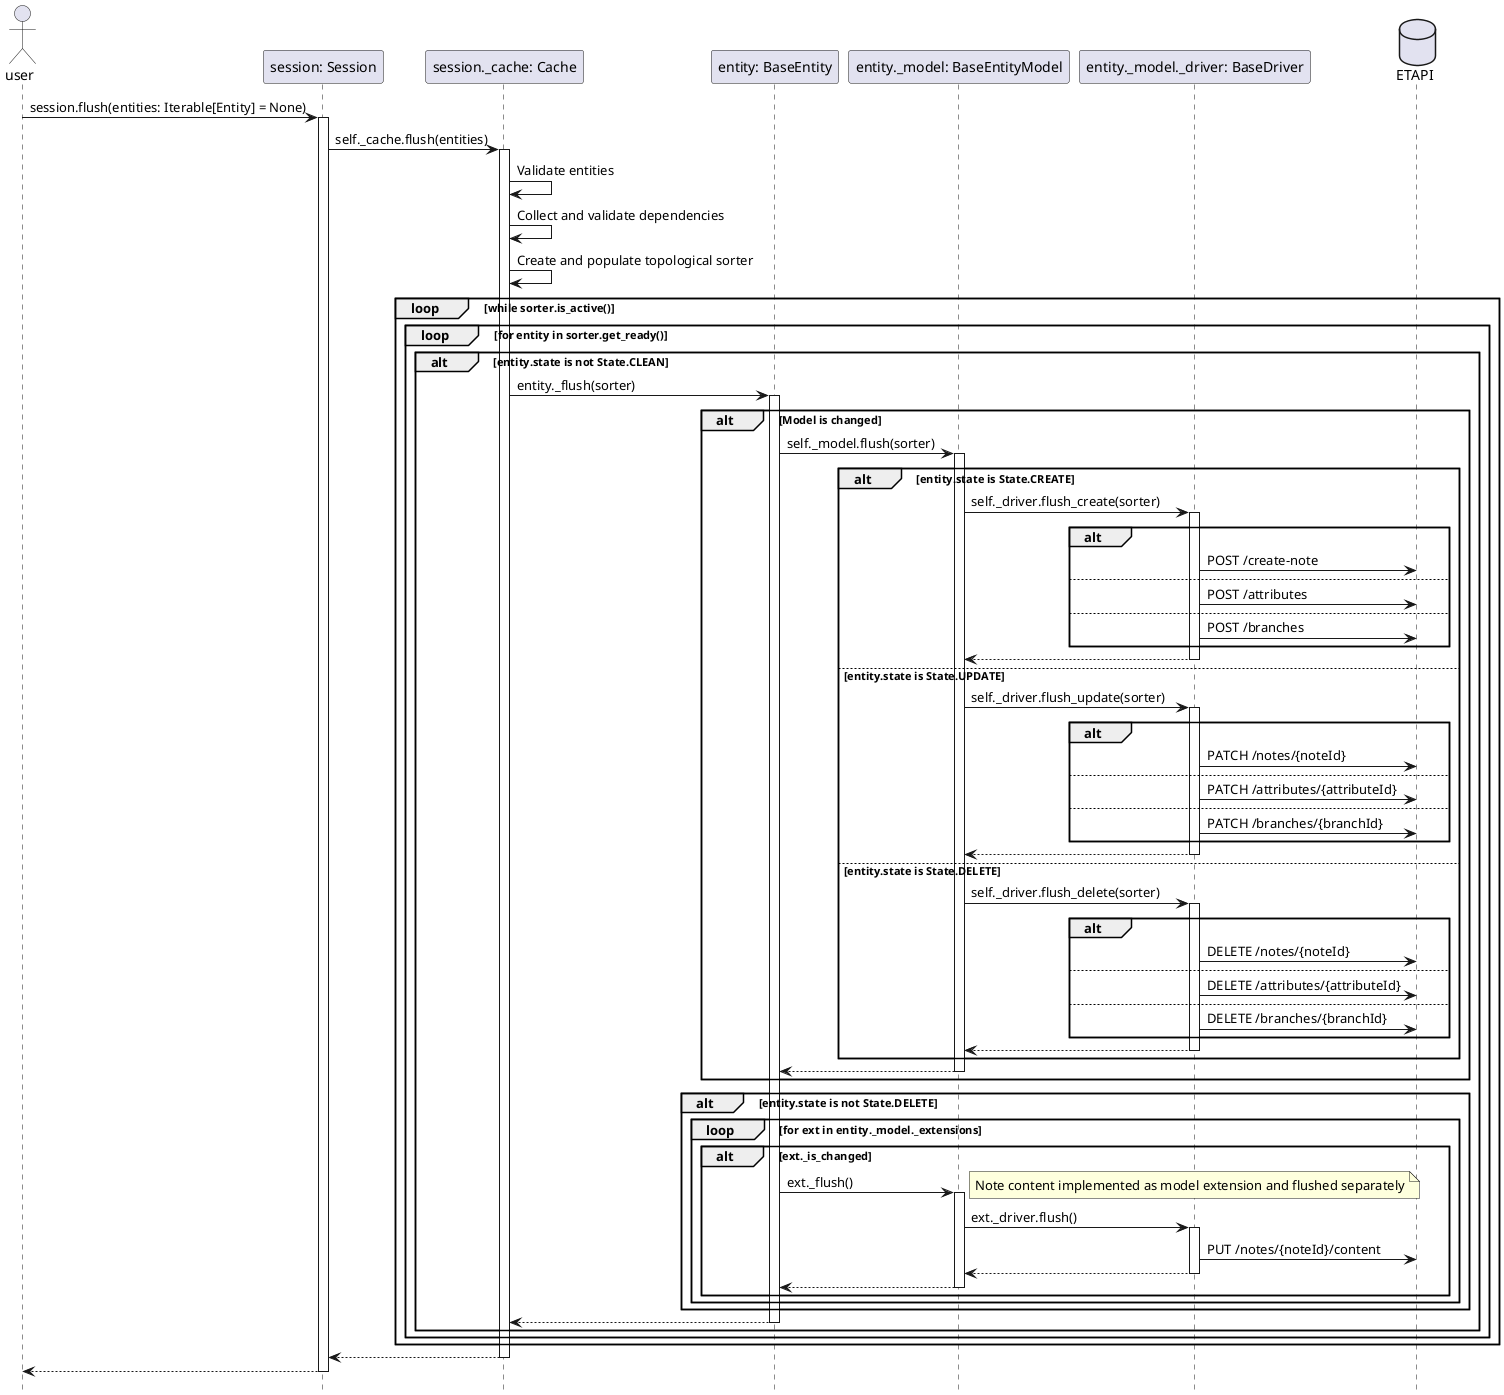
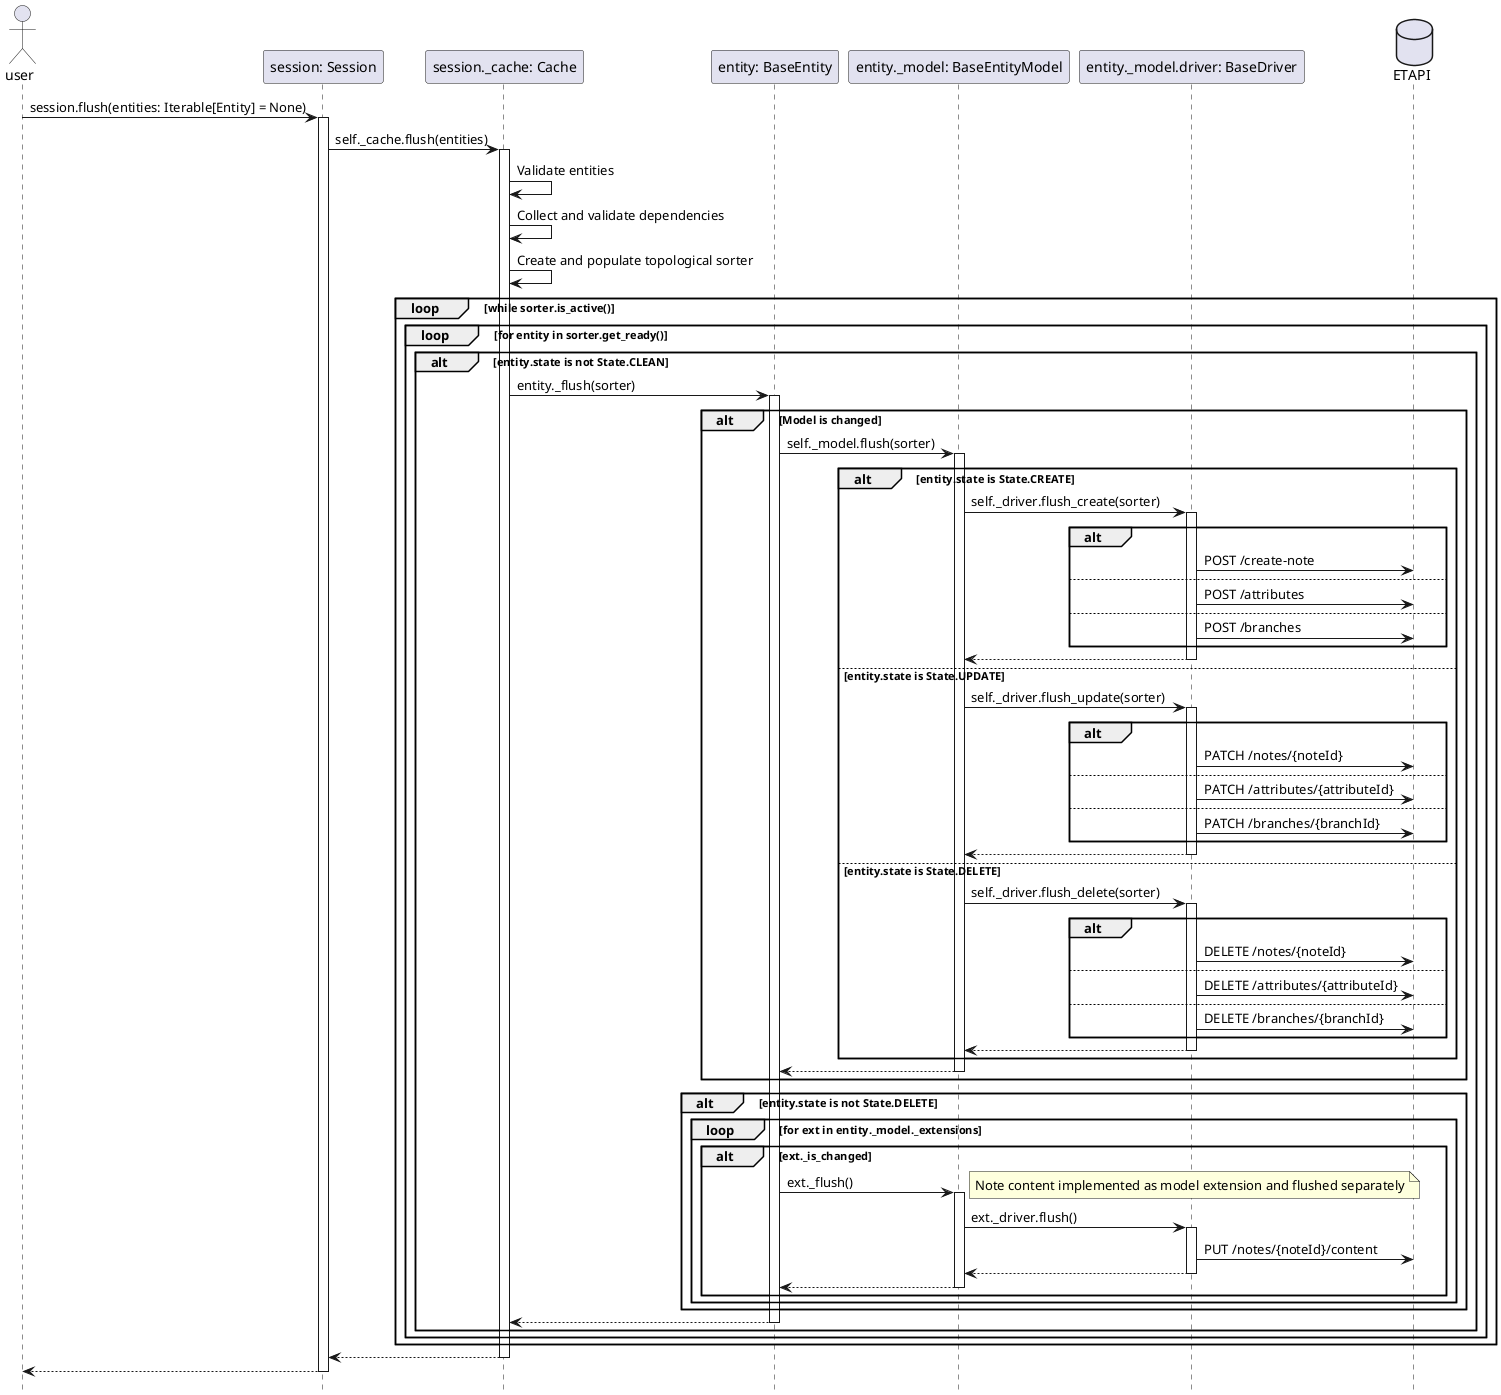
@startuml flush

hide footbox

actor user as user
participant "session: Session" as session
participant "session._cache: Cache" as cache
participant "entity: BaseEntity" as entity
participant "entity._model: BaseEntityModel" as model
- participant "entity._model._driver: BaseDriver" as driver
+ participant "entity._model.driver: BaseDriver" as driver
database "ETAPI" as etapi

user->session ++: session.flush(entities: Iterable[Entity] = None)
session->cache ++: self._cache.flush(entities)

cache->cache: Validate entities
cache->cache: Collect and validate dependencies
cache->cache: Create and populate topological sorter

loop while sorter.is_active()
    loop for entity in sorter.get_ready()
        alt entity.state is not State.CLEAN
            cache->entity ++: entity._flush(sorter)
                alt Model is changed
                    entity->model ++: self._model.flush(sorter)
                        alt entity.state is State.CREATE
                            model->driver ++: self._driver.flush_create(sorter)
                                alt
                                    driver->etapi: POST /create-note
                                else
                                    driver->etapi: POST /attributes
                                else
                                    driver->etapi: POST /branches
                                end
                            return
                        else entity.state is State.UPDATE
                            model->driver ++: self._driver.flush_update(sorter)
                                alt
                                    driver->etapi: PATCH /notes/{noteId}
                                else
                                    driver->etapi: PATCH /attributes/{attributeId}
                                else
                                    driver->etapi: PATCH /branches/{branchId}
                                end
                            return
                        else entity.state is State.DELETE
                            model->driver ++: self._driver.flush_delete(sorter)
                                alt
                                    driver->etapi: DELETE /notes/{noteId}
                                else
                                    driver->etapi: DELETE /attributes/{attributeId}
                                else
                                    driver->etapi: DELETE /branches/{branchId}
                                end
                            return
                        end
                    return
                end
                alt entity.state is not State.DELETE
                    loop for ext in entity._model._extensions
                        alt ext._is_changed
                            entity->model ++: ext._flush()
                                note right: Note content implemented as model extension and flushed separately
                                model->driver ++: ext._driver.flush()
                                    driver->etapi: PUT /notes/{noteId}/content
                                return
                            return
                        end
                    end
                end
            return
        end
    end
end

return
return

@enduml